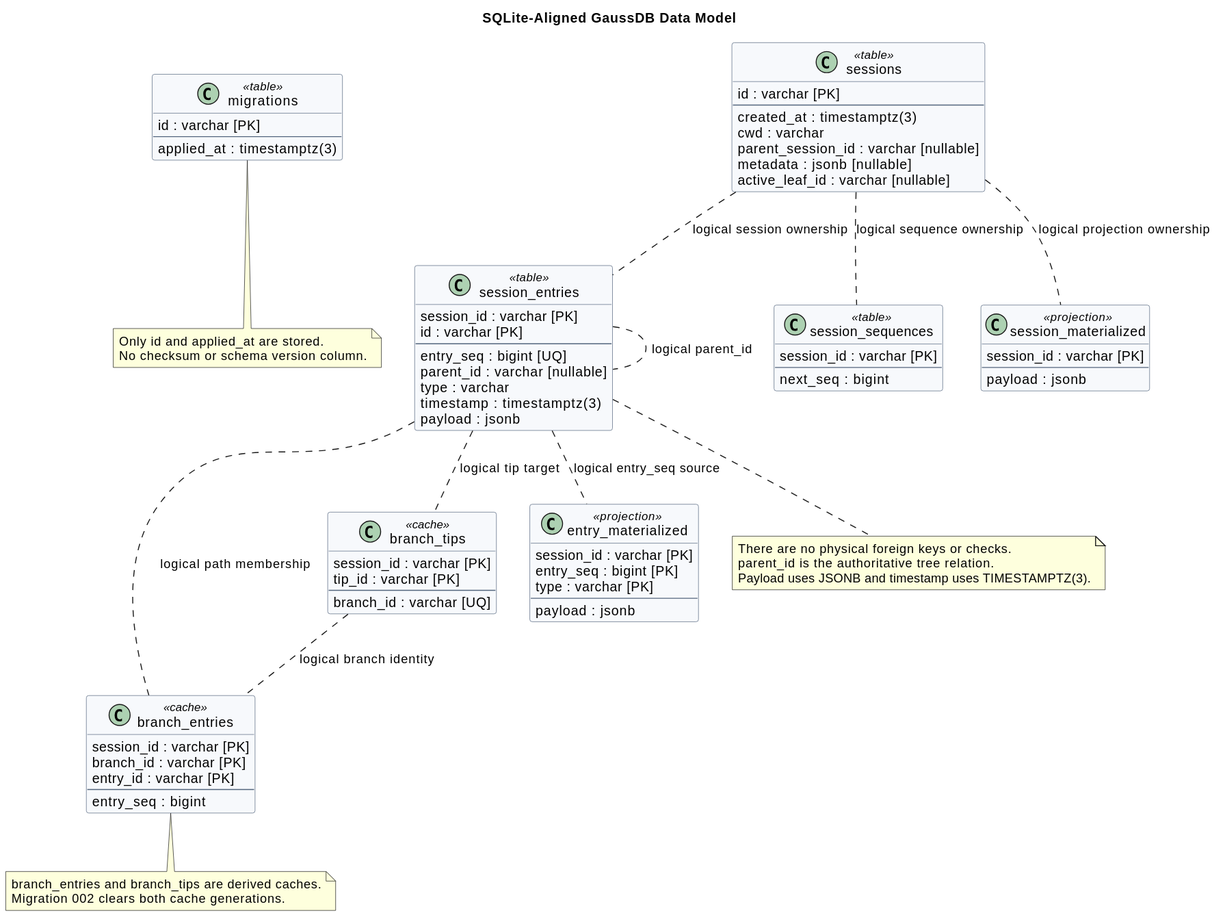
The PlantUML diagram diagrams/memory/memory-data-model.svg in superheromeZzh/pi-mono-java-design, before a commit.
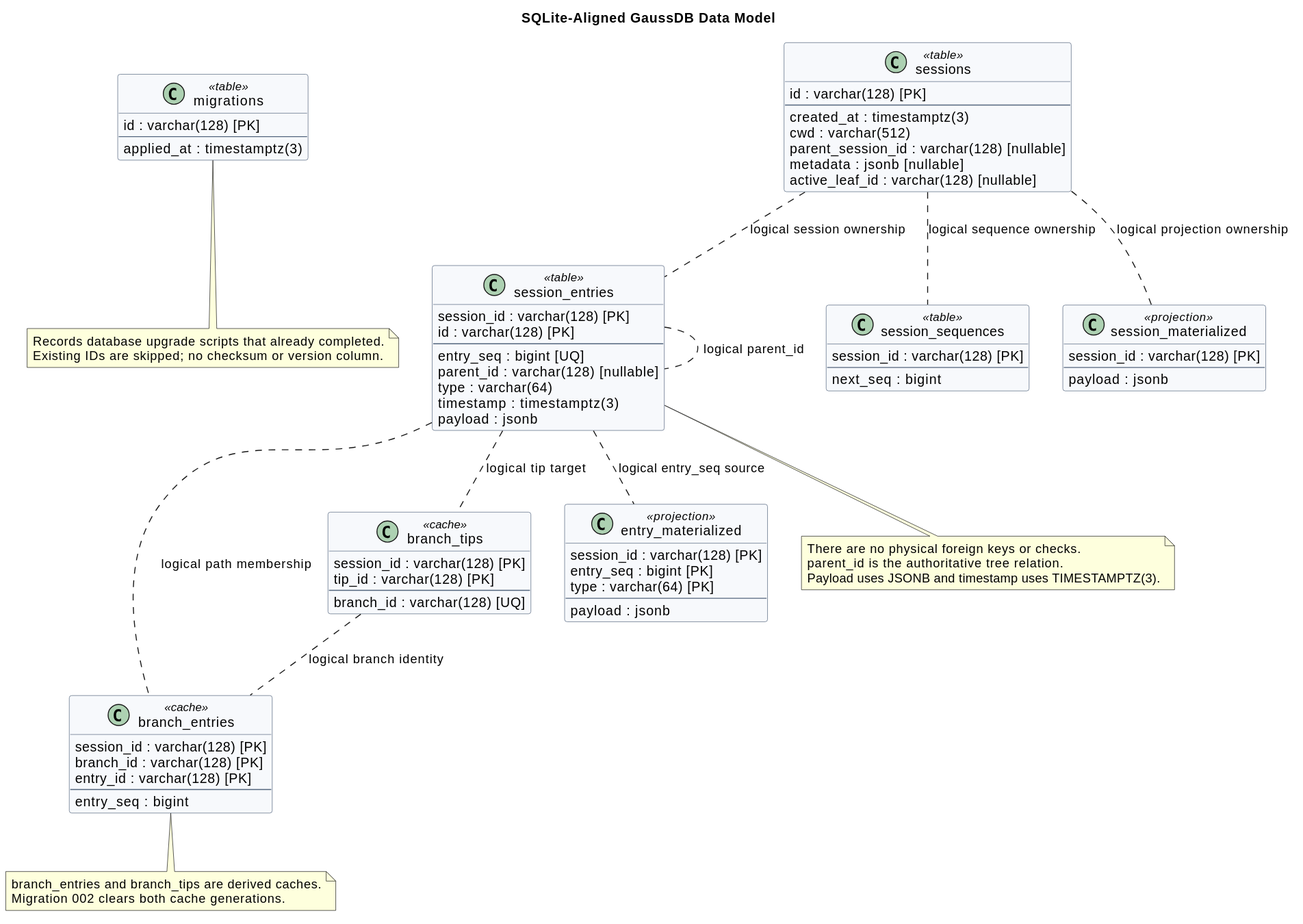
The same diagram one commit later.

Commit message:
docs(memory): define explicit GaussDB varchar lengths

The edit, as a diff of the source:
```diff
@@ -10,63 +10,63 @@
 
 
 class "migrations" as migrations <<table>> {
-  id : varchar [PK]
+  id : varchar(128) [PK]
   --
   applied_at : timestamptz(3)
 }
 
 class "sessions" as sessions <<table>> {
-  id : varchar [PK]
+  id : varchar(128) [PK]
   --
   created_at : timestamptz(3)
-  cwd : varchar
-  parent_session_id : varchar [nullable]
+  cwd : varchar(512)
+  parent_session_id : varchar(128) [nullable]
   metadata : jsonb [nullable]
-  active_leaf_id : varchar [nullable]
+  active_leaf_id : varchar(128) [nullable]
 }
 
 class "session_entries" as session_entries <<table>> {
-  session_id : varchar [PK]
-  id : varchar [PK]
+  session_id : varchar(128) [PK]
+  id : varchar(128) [PK]
   --
   entry_seq : bigint [UQ]
-  parent_id : varchar [nullable]
-  type : varchar
+  parent_id : varchar(128) [nullable]
+  type : varchar(64)
   timestamp : timestamptz(3)
   payload : jsonb
 }
 
 class "session_sequences" as session_sequences <<table>> {
-  session_id : varchar [PK]
+  session_id : varchar(128) [PK]
   --
   next_seq : bigint
 }
 
 class "branch_entries" as branch_entries <<cache>> {
-  session_id : varchar [PK]
-  branch_id : varchar [PK]
-  entry_id : varchar [PK]
+  session_id : varchar(128) [PK]
+  branch_id : varchar(128) [PK]
+  entry_id : varchar(128) [PK]
   --
   entry_seq : bigint
 }
 
 class "branch_tips" as branch_tips <<cache>> {
-  session_id : varchar [PK]
-  tip_id : varchar [PK]
+  session_id : varchar(128) [PK]
+  tip_id : varchar(128) [PK]
   --
-  branch_id : varchar [UQ]
+  branch_id : varchar(128) [UQ]
 }
 
 class "session_materialized" as session_materialized <<projection>> {
-  session_id : varchar [PK]
+  session_id : varchar(128) [PK]
   --
   payload : jsonb
 }
 
 class "entry_materialized" as entry_materialized <<projection>> {
-  session_id : varchar [PK]
+  session_id : varchar(128) [PK]
   entry_seq : bigint [PK]
-  type : varchar [PK]
+  type : varchar(64) [PK]
   --
   payload : jsonb
 }
@@ -92,7 +92,7 @@
 end note
 
 note bottom of migrations
-Only id and applied_at are stored.
-No checksum or schema version column.
+Records database upgrade scripts that already completed.
+Existing IDs are skipped; no checksum or version column.
 end note
 @enduml
```
